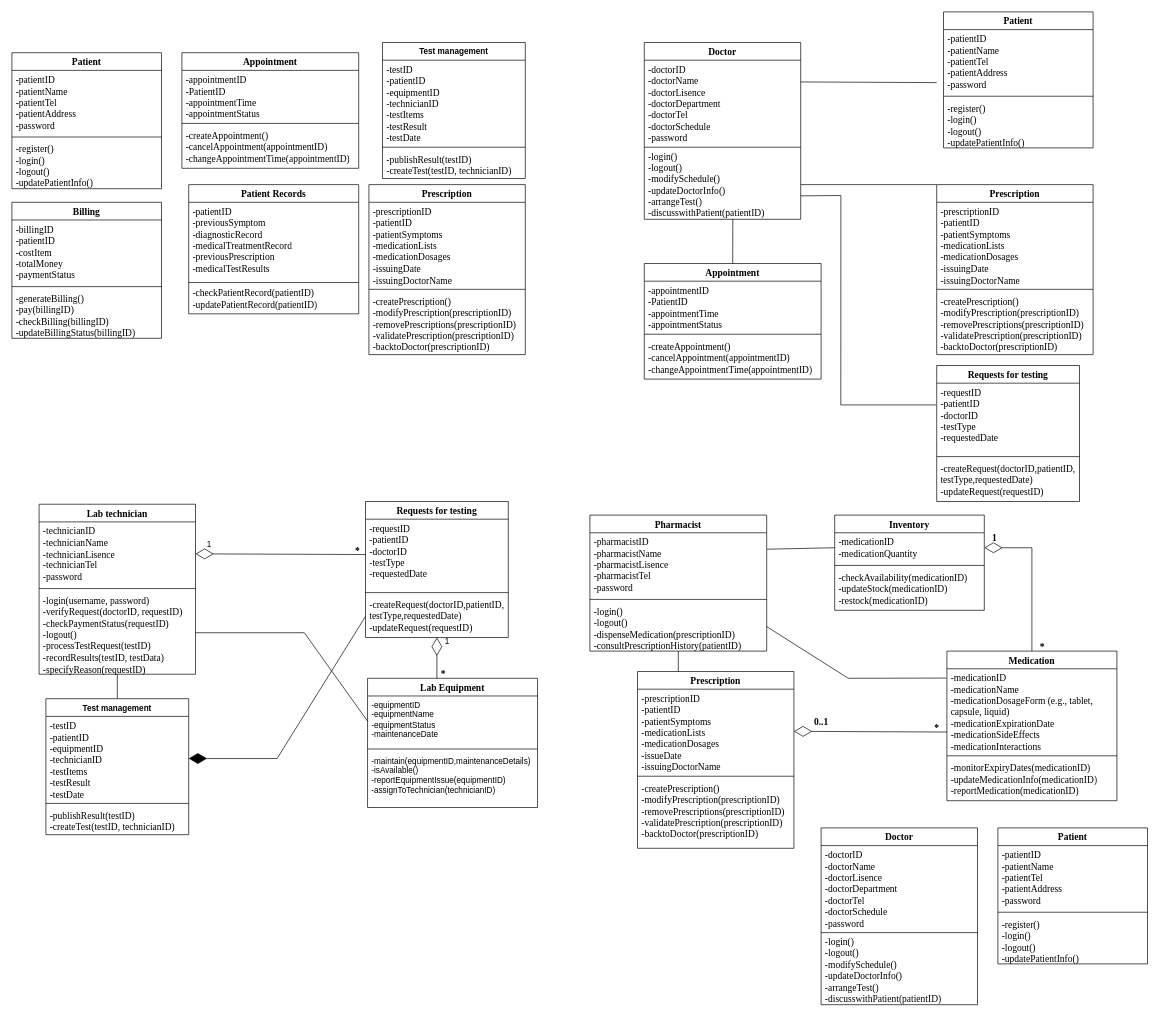
This is Class Diagram.drawio from FOMOKN/Software-Engineering, a draw.io file, before an edit. Source tidied: cells renumbered, new cells numbered last; positions are measured from the earlier drawing's top-left corner, leaving out a move shared by most shapes. Both pictures are drawn from the tidied source at 68%, with x=0, y=0 at pixel (12, 12).
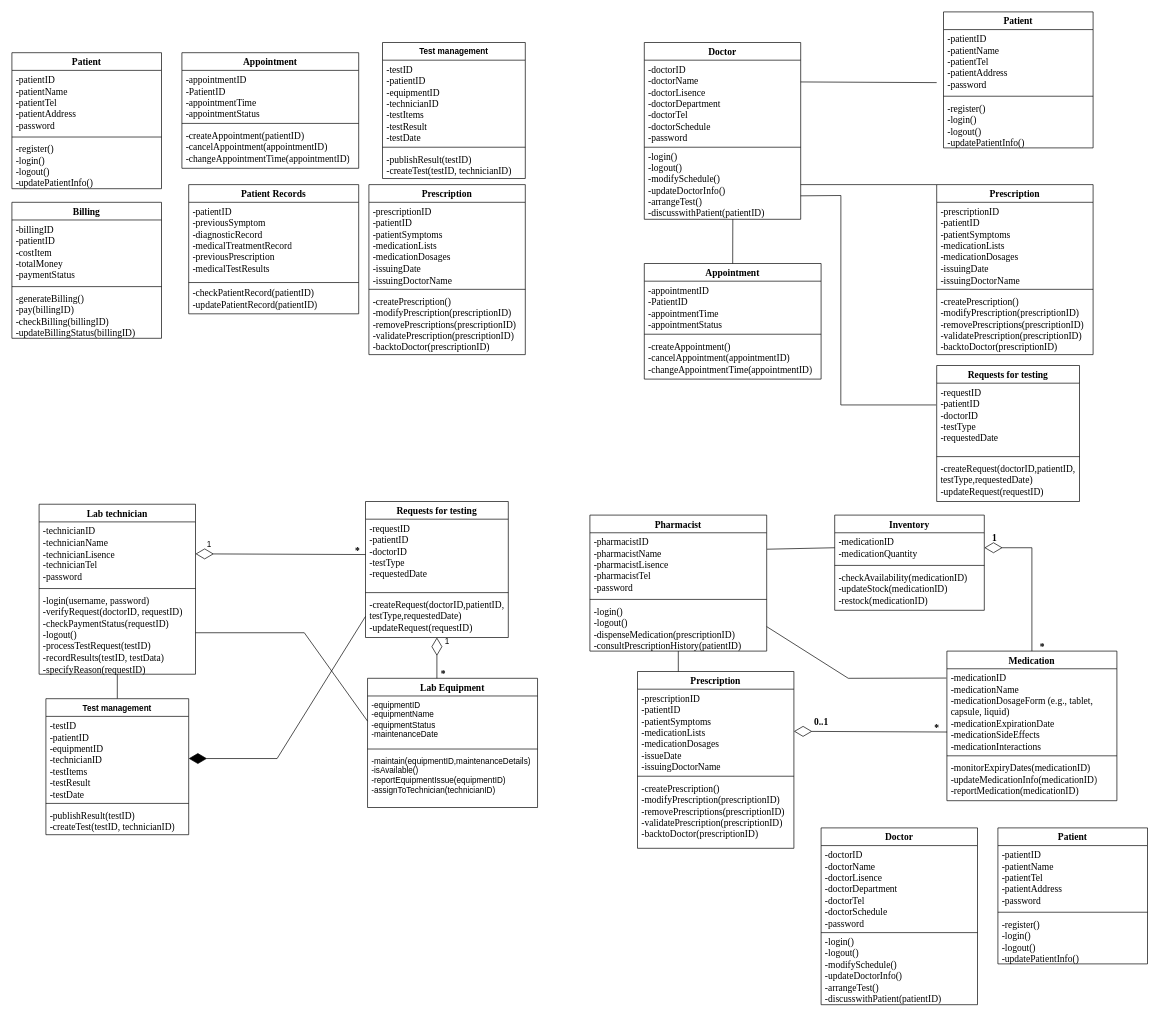
Above is the later version.

Unchanged cells that the change refers to:
```xml
<mxCell id="72" value="&lt;font face=&quot;Times New Roman&quot; style=&quot;font-size: 14px;&quot;&gt;Appointment&lt;/font&gt;" style="swimlane;fontStyle=1;align=center;verticalAlign=top;horizontal=1;startSize=26;whiteSpace=wrap;html=1;" parent="1" vertex="1">
  <mxGeometry x="250" y="60" width="260" height="170" as="geometry" />
</mxCell>
```

The edit, as a diff of the source:
```diff
@@
-    <mxCell id="75" value="-createAppointment()&lt;br style=&quot;font-size: 14px;&quot;&gt;-cancelAppointment(appointmentID)&lt;br style=&quot;font-size: 14px;&quot;&gt;-changeAppointmentTime(appointmentID)" style="text;strokeColor=none;fillColor=none;align=left;verticalAlign=top;spacingLeft=4;spacingRight=4;overflow=hidden;whiteSpace=wrap;html=1;fontFamily=Times New Roman;fontSize=14;" parent="72" vertex="1">
+    <mxCell id="75" value="-createAppointment(patientID)&lt;br style=&quot;font-size: 14px;&quot;&gt;-cancelAppointment(appointmentID)&lt;br style=&quot;font-size: 14px;&quot;&gt;-changeAppointmentTime(appointmentID)" style="text;strokeColor=none;fillColor=none;align=left;verticalAlign=top;spacingLeft=4;spacingRight=4;overflow=hidden;whiteSpace=wrap;html=1;fontFamily=Times New Roman;fontSize=14;" parent="72" vertex="1">
       <mxGeometry y="108" width="260" height="62" as="geometry" />
     </mxCell>
```
